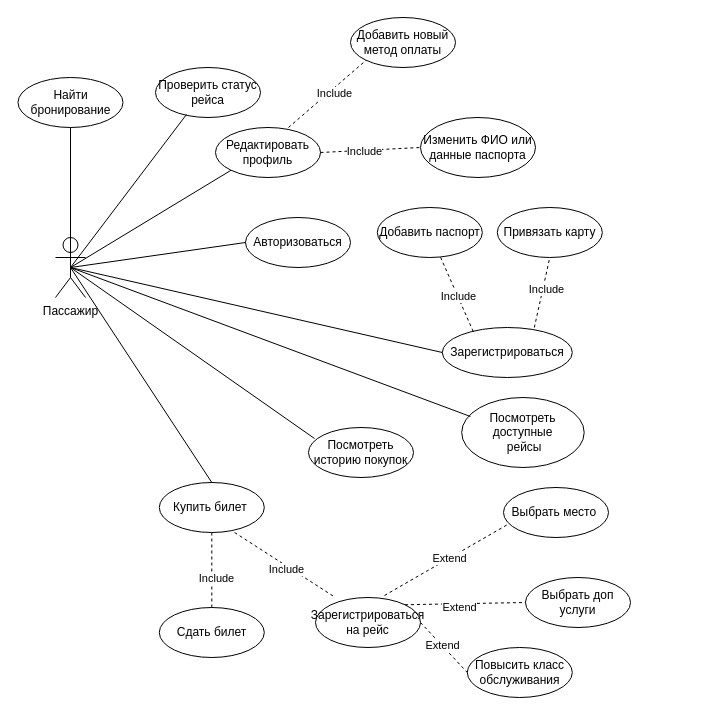
Before: diagrams/usecase.drawio in ev1lspirit/Airlines_WebApp, a draw.io diagram. Source tidied: cells renumbered, new cells numbered last; positions are measured from the earlier drawing's top-left corner, leaving out a move shared by most shapes. Both pictures are drawn from the tidied source at 100%, with x=0, y=0 at pixel (17, 17).
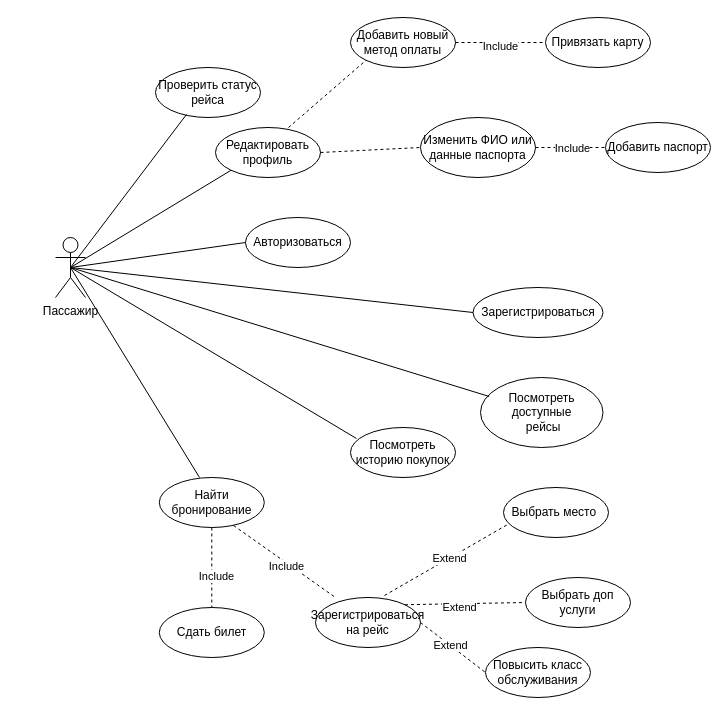
The same diagram, later.

The change refers to these unchanged cells:
```xml
<mxCell id="2" value="Пассажир" style="shape=umlActor;verticalLabelPosition=bottom;verticalAlign=top;html=1;outlineConnect=0;" parent="1" vertex="1">
  <mxGeometry x="38" y="220" width="30" height="60" as="geometry" />
</mxCell>
<mxCell id="9" value="Зарегистрироваться на рейс" style="ellipse;whiteSpace=wrap;html=1;" parent="1" vertex="1">
  <mxGeometry x="298" y="580" width="105" height="50" as="geometry" />
</mxCell>
<mxCell id="12" value="Сдать билет" style="ellipse;whiteSpace=wrap;html=1;" parent="1" vertex="1">
  <mxGeometry x="141.8" y="590" width="105" height="50" as="geometry" />
</mxCell>
<mxCell id="35" value="Добавить новый метод оплаты" style="ellipse;whiteSpace=wrap;html=1;" parent="1" vertex="1">
  <mxGeometry x="333" width="105" height="50" as="geometry" />
</mxCell>
<mxCell id="36" value="Изменить ФИО или данные паспорта" style="ellipse;whiteSpace=wrap;html=1;" parent="1" vertex="1">
  <mxGeometry x="403" y="100" width="115" height="60" as="geometry" />
</mxCell>
<mxCell id="38" style="endArrow=none;dashed=1;html=1;rounded=0;exitX=0.695;exitY=0;exitDx=0;exitDy=0;exitPerimeter=0;entryX=0;entryY=1;entryDx=0;entryDy=0;" parent="1" edge="1" source="34" target="35">
  <mxGeometry relative="1" as="geometry" />
</mxCell>
<mxCell id="40" style="endArrow=none;dashed=1;html=1;rounded=0;exitX=1;exitY=0.5;exitDx=0;exitDy=0;entryX=0;entryY=0.5;entryDx=0;entryDy=0;" parent="1" edge="1" source="34" target="36">
  <mxGeometry relative="1" as="geometry" />
</mxCell>
```

What changed in the source:
```diff
@@
     <mxCell id="4" value="Зарегистрироваться" style="ellipse;whiteSpace=wrap;html=1;" parent="1" vertex="1">
-      <mxGeometry x="424.8" y="310" width="130" height="50" as="geometry" />
+      <mxGeometry x="455.5" y="270" width="130" height="50" as="geometry" />
     </mxCell>
     <mxCell id="5" value="Добавить паспорт" style="ellipse;whiteSpace=wrap;html=1;" parent="1" vertex="1">
-      <mxGeometry x="359.8" y="190" width="105" height="50" as="geometry" />
+      <mxGeometry x="588" y="105" width="105" height="50" as="geometry" />
     </mxCell>
     <mxCell id="6" value="Привязать карту" style="ellipse;whiteSpace=wrap;html=1;" parent="1" vertex="1">
-      <mxGeometry x="479.8" y="190" width="105" height="50" as="geometry" />
+      <mxGeometry x="528" width="105" height="50" as="geometry" />
     </mxCell>
     <mxCell id="7" value="Посмотреть доступные&lt;br&gt;&amp;nbsp;рейсы" style="ellipse;whiteSpace=wrap;html=1;" parent="1" vertex="1">
-      <mxGeometry x="444.2" y="380" width="122.5" height="70" as="geometry" />
+      <mxGeometry x="463" y="360" width="122.5" height="70" as="geometry" />
     </mxCell>
-    <mxCell id="8" value="Купить билет&amp;nbsp;" style="ellipse;whiteSpace=wrap;html=1;" parent="1" vertex="1">
-      <mxGeometry x="141.8" y="465" width="105" height="50" as="geometry" />
-    </mxCell>
@@
-    <mxCell id="13" style="endArrow=none;html=1;rounded=0;exitX=0.5;exitY=0.5;exitDx=0;exitDy=0;exitPerimeter=0;entryX=0.5;entryY=0;entryDx=0;entryDy=0;" parent="1" edge="1" source="2" target="8">
-      <mxGeometry relative="1" as="geometry" />
-    </mxCell>
@@
-    <mxCell id="16" style="endArrow=none;dashed=1;html=1;rounded=0;exitX=0.238;exitY=0.08;exitDx=0;exitDy=0;exitPerimeter=0;" parent="1" edge="1" source="4" target="5">
-      <mxGeometry relative="1" as="geometry" />
-    </mxCell>
-    <mxCell id="17" value="Include" style="edgeLabel;html=1;align=center;verticalAlign=middle;" parent="16" vertex="1">
-      <mxGeometry x="-0.03" relative="1" as="geometry" />
-    </mxCell>
-    <mxCell id="18" style="endArrow=none;dashed=1;html=1;rounded=0;exitX=0.708;exitY=0;exitDx=0;exitDy=0;exitPerimeter=0;entryX=0.5;entryY=1;entryDx=0;entryDy=0;" parent="1" edge="1" source="4" target="6">
-      <mxGeometry relative="1" as="geometry" />
-    </mxCell>
-    <mxCell id="19" value="Include" style="edgeLabel;html=1;align=center;verticalAlign=middle;" parent="18" vertex="1">
-      <mxGeometry x="0.1" y="-3" relative="1" as="geometry">
-        <mxPoint y="-1" as="offset" />
-      </mxGeometry>
-    </mxCell>
@@
-    <mxCell id="25" style="endArrow=none;dashed=1;html=1;rounded=0;exitX=0.717;exitY=1;exitDx=0;exitDy=0;exitPerimeter=0;entryX=0.19;entryY=0;entryDx=0;entryDy=0;entryPerimeter=0;" parent="1" edge="1" source="8" target="9">
+    <mxCell id="25" style="endArrow=none;dashed=1;html=1;rounded=0;exitX=0.707;exitY=0.96;exitDx=0;exitDy=0;exitPerimeter=0;entryX=0.19;entryY=0;entryDx=0;entryDy=0;entryPerimeter=0;" parent="1" edge="1" source="44" target="9">
       <mxGeometry relative="1" as="geometry" />
     </mxCell>
@@
-    <mxCell id="27" style="endArrow=none;dashed=1;html=1;rounded=0;exitX=0.5;exitY=1;exitDx=0;exitDy=0;entryX=0.5;entryY=0;entryDx=0;entryDy=0;" parent="1" edge="1" source="8" target="12">
+    <mxCell id="27" style="endArrow=none;dashed=1;html=1;rounded=0;exitX=0.5;exitY=1;exitDx=0;exitDy=0;entryX=0.5;entryY=0;entryDx=0;entryDy=0;" parent="1" edge="1" source="44" target="12">
       <mxGeometry relative="1" as="geometry" />
     </mxCell>
@@
     <mxCell id="29" value="Посмотреть историю покупок" style="ellipse;whiteSpace=wrap;html=1;" parent="1" vertex="1">
-      <mxGeometry x="291" y="410" width="105" height="50" as="geometry" />
+      <mxGeometry x="333" y="410" width="105" height="50" as="geometry" />
     </mxCell>
@@
     <mxCell id="31" value="Повысить класс обслуживания" style="ellipse;whiteSpace=wrap;html=1;" parent="1" vertex="1">
-      <mxGeometry x="449.8" y="630" width="105" height="50" as="geometry" />
+      <mxGeometry x="468" y="630" width="105" height="50" as="geometry" />
     </mxCell>
@@
-    <mxCell id="39" value="Include" style="edgeLabel;html=1;align=center;verticalAlign=middle;" parent="38" vertex="1">
-      <mxGeometry x="0.12" y="-3" relative="1" as="geometry">
-        <mxPoint y="1" as="offset" />
-      </mxGeometry>
-    </mxCell>
@@
-    <mxCell id="41" value="Include" style="edgeLabel;html=1;align=center;verticalAlign=middle;" parent="40" vertex="1">
-      <mxGeometry x="-0.13" y="-1" relative="1" as="geometry" />
-    </mxCell>
@@
     <mxCell id="44" value="Найти бронирование" style="ellipse;whiteSpace=wrap;html=1;" parent="1" vertex="1">
-      <mxGeometry x="0.5" y="60" width="105" height="50" as="geometry" />
+      <mxGeometry x="141.8" y="460" width="105" height="50" as="geometry" />
     </mxCell>
-    <mxCell id="45" style="endArrow=none;html=1;rounded=0;exitX=0.5;exitY=0.5;exitDx=0;exitDy=0;exitPerimeter=0;entryX=0.5;entryY=1;entryDx=0;entryDy=0;" parent="1" edge="1" source="2" target="44">
+    <mxCell id="45" style="endArrow=none;html=1;rounded=0;exitX=0.5;exitY=0.5;exitDx=0;exitDy=0;exitPerimeter=0;entryX=0.383;entryY=0;entryDx=0;entryDy=0;entryPerimeter=0;" parent="1" edge="1" source="2" target="44">
       <mxGeometry relative="1" as="geometry" />
     </mxCell>
+    <mxCell id="46" style="endArrow=none;dashed=1;html=1;rounded=0;entryX=0;entryY=0.5;entryDx=0;entryDy=0;exitX=1;exitY=0.5;exitDx=0;exitDy=0;" parent="1" edge="1" source="35" target="6">
+      <mxGeometry relative="1" as="geometry" />
+    </mxCell>
+    <mxCell id="47" value="Include" style="edgeLabel;html=1;align=center;verticalAlign=middle;" parent="46" vertex="1">
+      <mxGeometry x="-0.02" y="-3" relative="1" as="geometry" />
+    </mxCell>
+    <mxCell id="48" style="endArrow=none;dashed=1;html=1;rounded=0;entryX=0;entryY=0.5;entryDx=0;entryDy=0;exitX=1;exitY=0.5;exitDx=0;exitDy=0;" parent="1" edge="1" source="36" target="5">
+      <mxGeometry relative="1" as="geometry" />
+    </mxCell>
+    <mxCell id="49" value="Include" style="edgeLabel;html=1;align=center;verticalAlign=middle;" parent="48" vertex="1">
+      <mxGeometry x="0.02" relative="1" as="geometry" />
+    </mxCell>
```
